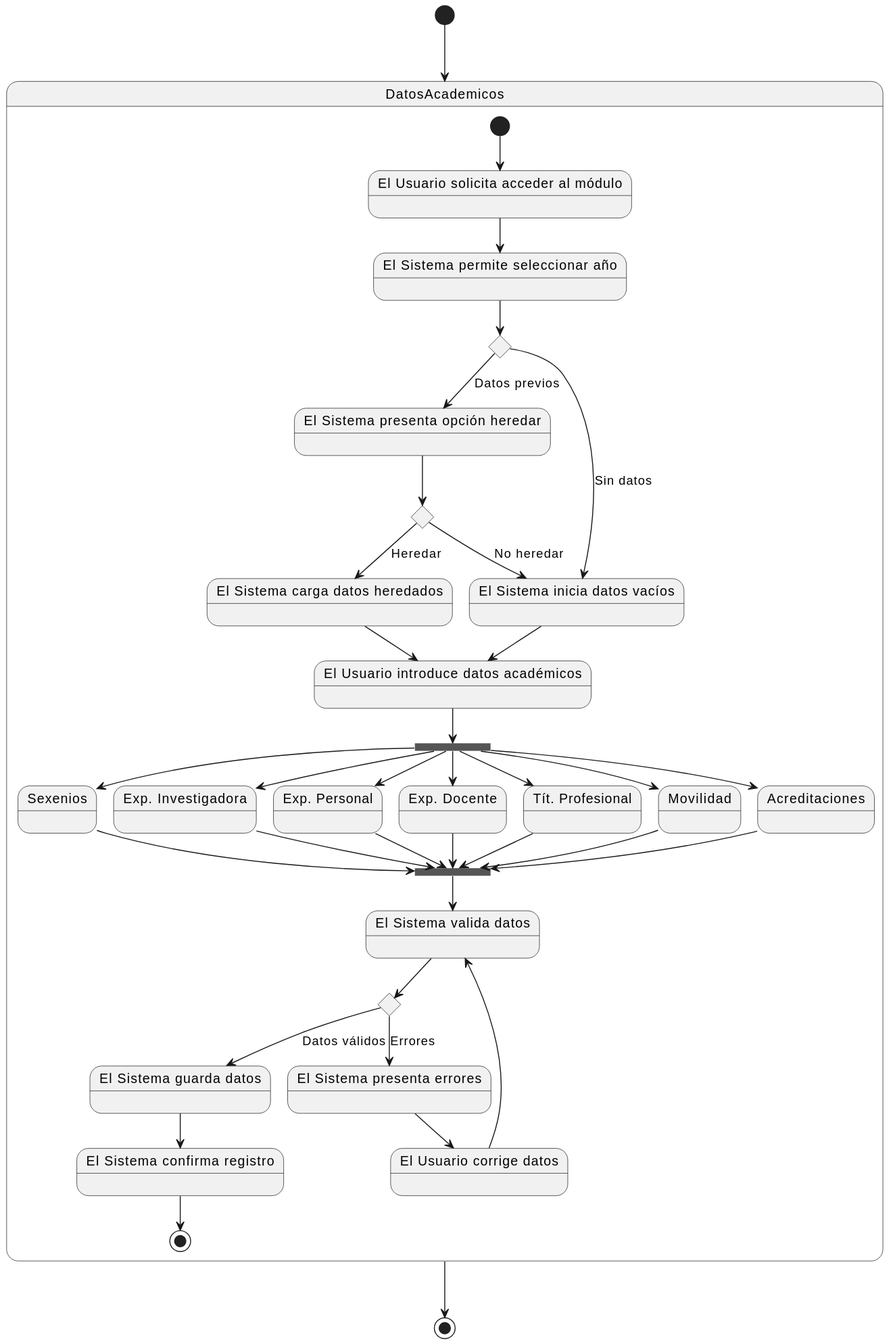
Above: images/modelosUML/CdU/DetallarCasosDeUso/Profesores/IntroducirDatosAcademicos.svg in mmasias/24-25-IdSw1-SDR (PlantUML), before the change.
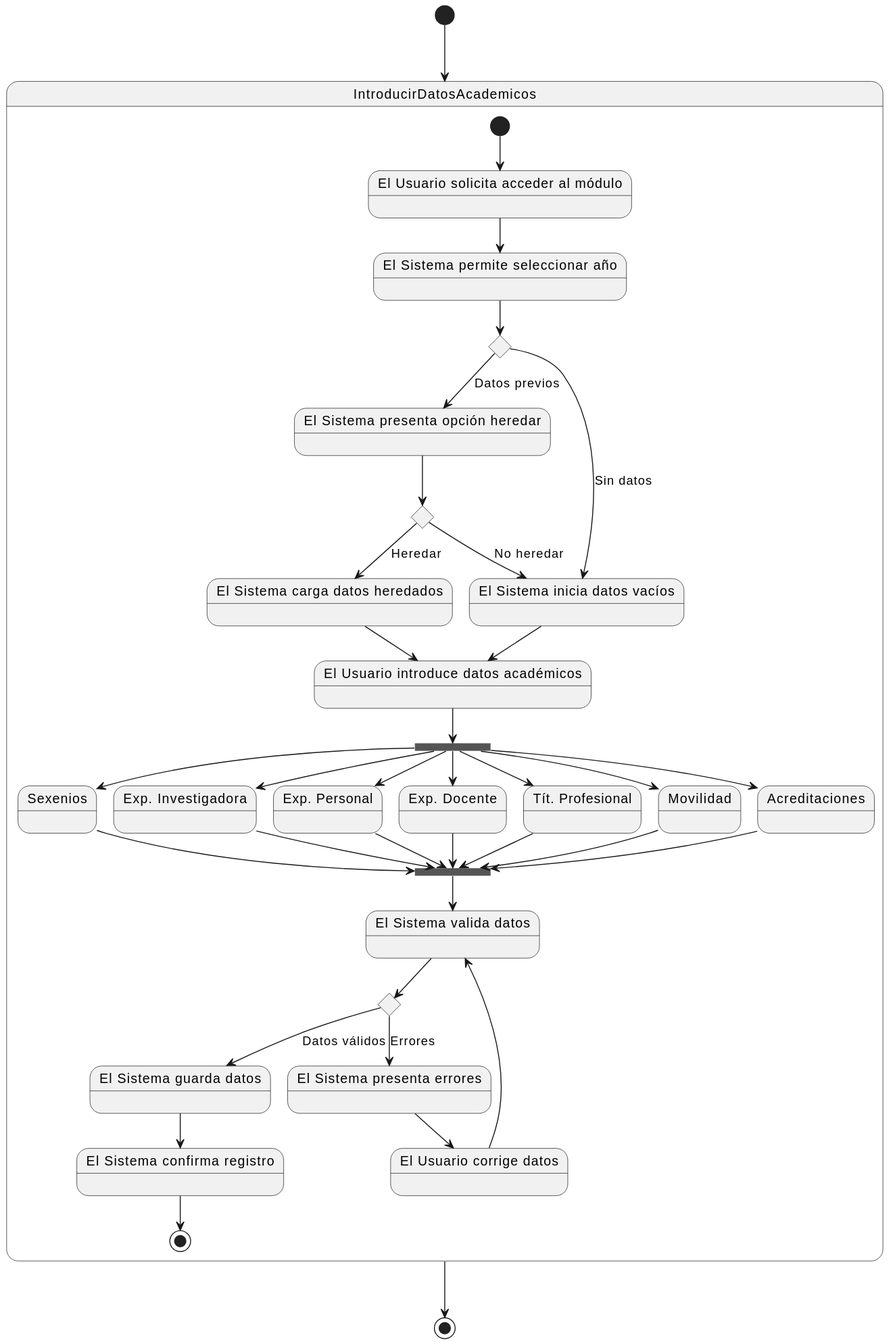
The same file after the commit.

Diff of the diagram source:
```diff
@@ -1,7 +1,7 @@
 @startuml
-[*] --> DatosAcademicos
+[*] --> IntroducirDatosAcademicos
 
-    state DatosAcademicos {
+    state IntroducirDatosAcademicos {
         [*] --> Estado1
 
         state "El Usuario solicita acceder al módulo" as Estado1
@@ -83,5 +83,5 @@
         Estado17 --> [*]
     }
 
-    DatosAcademicos --> [*]
+    IntroducirDatosAcademicos --> [*]
 @enduml
```
